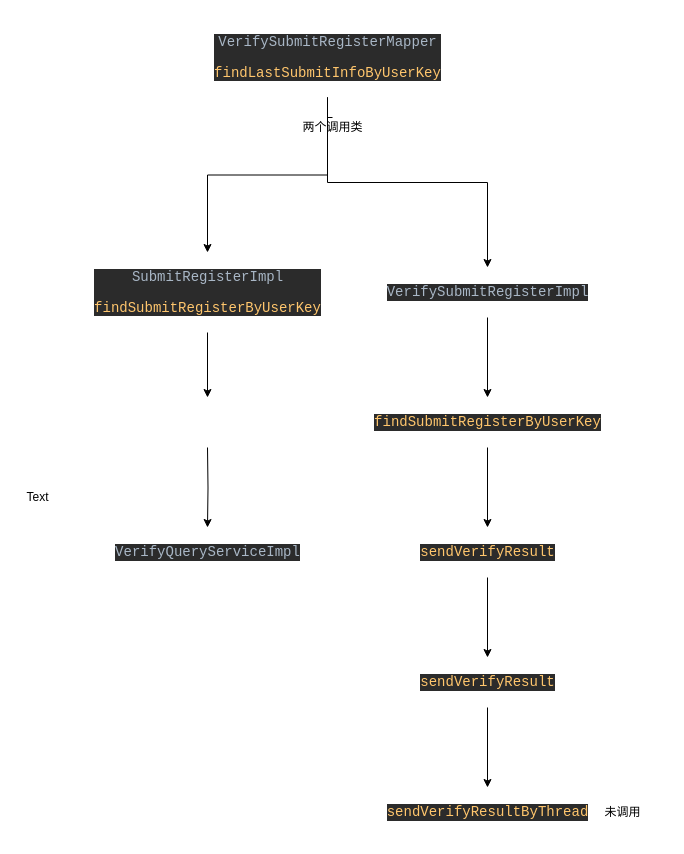
Earlier version of the draw.io diagram Untitled Diagram.drawio (bean1006/draw). Source tidied: cells renumbered, new cells numbered last; positions are measured from the earlier drawing's top-left corner, leaving out a move shared by most shapes. Both pictures are drawn from the tidied source at 100%, with x=0, y=0 at pixel (17, 17).
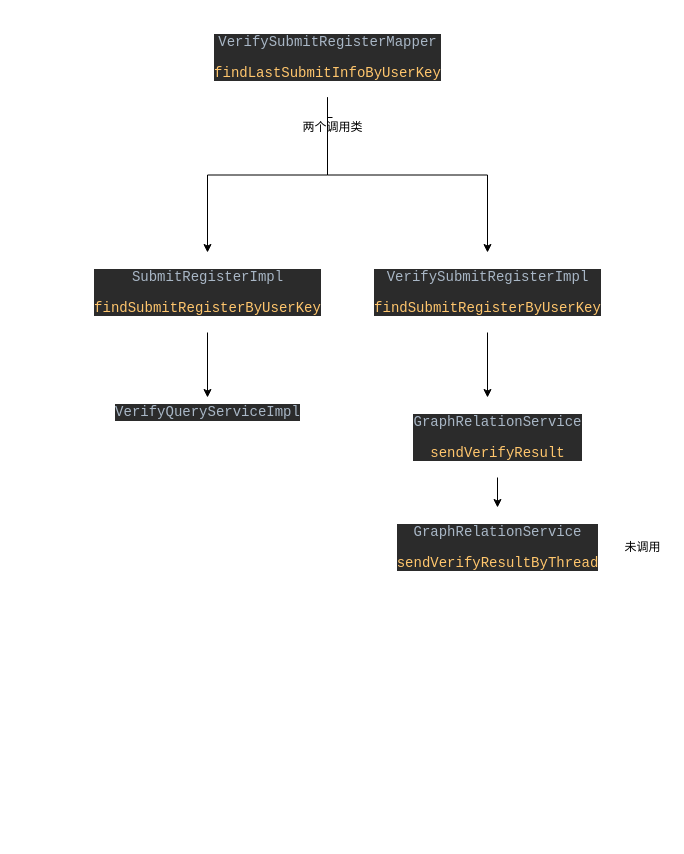
The same page after the edit.

Diff of the diagram source:
```diff
@@
-    <mxCell id="7" value="&lt;pre style=&quot;background-color: #2b2b2b ; color: #a9b7c6 ; font-family: &amp;#34;jetbrains mono&amp;#34; , monospace ; font-size: 10.5pt&quot;&gt;&lt;pre style=&quot;font-family: &amp;#34;jetbrains mono&amp;#34; , monospace ; font-size: 10.5pt&quot;&gt;VerifySubmitRegisterImpl&lt;/pre&gt;&lt;/pre&gt;" style="text;html=1;align=center;verticalAlign=middle;points=[];strokeColor=none;fillColor=none;" parent="1" vertex="1">
-      <mxGeometry x="360" y="250" width="220" height="50" as="geometry" />
+    <mxCell id="7" value="&lt;pre style=&quot;background-color: #2b2b2b ; color: #a9b7c6 ; font-family: &amp;#34;jetbrains mono&amp;#34; , monospace ; font-size: 10.5pt&quot;&gt;&lt;pre style=&quot;font-family: &amp;#34;jetbrains mono&amp;#34; , monospace ; font-size: 10.5pt&quot;&gt;VerifySubmitRegisterImpl&lt;/pre&gt;&lt;pre style=&quot;font-family: &amp;#34;jetbrains mono&amp;#34; , monospace ; font-size: 10.5pt&quot;&gt;&lt;pre style=&quot;font-family: &amp;#34;jetbrains mono&amp;#34; , monospace ; font-size: 10.5pt&quot;&gt;&lt;span style=&quot;color: #ffc66d&quot;&gt;findSubmitRegisterByUserKey&lt;/span&gt;&lt;/pre&gt;&lt;/pre&gt;&lt;/pre&gt;" style="text;html=1;align=center;verticalAlign=middle;points=[];strokeColor=none;fillColor=none;" parent="1" vertex="1">
+      <mxGeometry x="350" y="235" width="240" height="80" as="geometry" />
     </mxCell>
-    <mxCell id="8" style="edgeStyle=orthogonalEdgeStyle;rounded=0;jettySize=auto;html=1;" parent="1" edge="1" source="9" target="11">
-      <mxGeometry relative="1" as="geometry" />
-    </mxCell>
-    <mxCell id="9" value="&lt;pre style=&quot;background-color: #2b2b2b ; color: #a9b7c6 ; font-family: &amp;quot;jetbrains mono&amp;quot; , monospace ; font-size: 10.5pt&quot;&gt;&lt;span style=&quot;color: #ffc66d&quot;&gt;findSubmitRegisterByUserKey&lt;/span&gt;&lt;/pre&gt;" style="text;html=1;align=center;verticalAlign=middle;points=[];strokeColor=none;fillColor=none;" parent="1" vertex="1">
-      <mxGeometry x="350" y="380" width="240" height="50" as="geometry" />
+    <mxCell id="9" value="&lt;pre style=&quot;background-color: #2b2b2b ; color: #a9b7c6 ; font-family: &amp;#34;jetbrains mono&amp;#34; , monospace ; font-size: 10.5pt&quot;&gt;&lt;br&gt;&lt;/pre&gt;" style="text;html=1;align=center;verticalAlign=middle;points=[];strokeColor=none;fillColor=none;" parent="1" vertex="1">
+      <mxGeometry x="460" y="380" width="20" height="50" as="geometry" />
     </mxCell>
@@
-    <mxCell id="11" value="&lt;pre style=&quot;background-color: #2b2b2b ; color: #a9b7c6 ; font-family: &amp;#34;jetbrains mono&amp;#34; , monospace ; font-size: 10.5pt&quot;&gt;&lt;pre style=&quot;font-family: &amp;#34;jetbrains mono&amp;#34; , monospace ; font-size: 10.5pt&quot;&gt;&lt;span style=&quot;color: #ffc66d&quot;&gt;sendVerifyResult&lt;/span&gt;&lt;/pre&gt;&lt;/pre&gt;" style="text;html=1;align=center;verticalAlign=middle;points=[];strokeColor=none;fillColor=none;" parent="1" vertex="1">
-      <mxGeometry x="395" y="510" width="150" height="50" as="geometry" />
+    <mxCell id="11" value="&lt;pre style=&quot;background-color: #2b2b2b ; color: #a9b7c6 ; font-family: &amp;#34;jetbrains mono&amp;#34; , monospace ; font-size: 10.5pt&quot;&gt;&lt;pre style=&quot;font-family: &amp;#34;jetbrains mono&amp;#34; , monospace ; font-size: 10.5pt&quot;&gt;GraphRelationService&lt;/pre&gt;&lt;pre style=&quot;font-family: &amp;#34;jetbrains mono&amp;#34; , monospace ; font-size: 10.5pt&quot;&gt;&lt;span style=&quot;color: #ffc66d&quot;&gt;sendVerifyResult&lt;/span&gt;&lt;/pre&gt;&lt;/pre&gt;" style="text;html=1;align=center;verticalAlign=middle;points=[];strokeColor=none;fillColor=none;" parent="1" vertex="1">
+      <mxGeometry x="390" y="380" width="180" height="80" as="geometry" />
     </mxCell>
-    <mxCell id="12" style="edgeStyle=orthogonalEdgeStyle;rounded=0;jettySize=auto;html=1;" parent="1" edge="1" source="13" target="14">
-      <mxGeometry relative="1" as="geometry" />
-    </mxCell>
-    <mxCell id="13" value="&lt;pre style=&quot;background-color: #2b2b2b ; color: #a9b7c6 ; font-family: &amp;#34;jetbrains mono&amp;#34; , monospace ; font-size: 10.5pt&quot;&gt;&lt;pre style=&quot;font-family: &amp;#34;jetbrains mono&amp;#34; , monospace ; font-size: 10.5pt&quot;&gt;&lt;span style=&quot;color: #ffc66d&quot;&gt;sendVerifyResult&lt;/span&gt;&lt;/pre&gt;&lt;/pre&gt;" style="text;html=1;align=center;verticalAlign=middle;points=[];strokeColor=none;fillColor=none;" parent="1" vertex="1">
-      <mxGeometry x="395" y="640" width="150" height="50" as="geometry" />
+    <mxCell id="13" value="&lt;pre style=&quot;background-color: #2b2b2b ; color: #a9b7c6 ; font-family: &amp;#34;jetbrains mono&amp;#34; , monospace ; font-size: 10.5pt&quot;&gt;&lt;pre style=&quot;font-family: &amp;#34;jetbrains mono&amp;#34; , monospace ; font-size: 10.5pt&quot;&gt;&lt;pre style=&quot;font-family: &amp;#34;jetbrains mono&amp;#34; , monospace ; font-size: 10.5pt&quot;&gt;GraphRelationService&lt;/pre&gt;&lt;pre style=&quot;font-family: &amp;#34;jetbrains mono&amp;#34; , monospace ; font-size: 10.5pt&quot;&gt;&lt;span style=&quot;color: rgb(255 , 198 , 109)&quot;&gt;sendVerifyResultByThread&lt;/span&gt;&lt;/pre&gt;&lt;/pre&gt;&lt;/pre&gt;" style="text;html=1;align=center;verticalAlign=middle;points=[];strokeColor=none;fillColor=none;" parent="1" vertex="1">
+      <mxGeometry x="370" y="490" width="220" height="80" as="geometry" />
     </mxCell>
-    <mxCell id="14" value="&lt;pre style=&quot;background-color: #2b2b2b ; color: #a9b7c6 ; font-family: &amp;quot;jetbrains mono&amp;quot; , monospace ; font-size: 10.5pt&quot;&gt;&lt;span style=&quot;color: #ffc66d&quot;&gt;sendVerifyResultByThread&lt;/span&gt;&lt;/pre&gt;" style="text;html=1;align=center;verticalAlign=middle;points=[];strokeColor=none;fillColor=none;" parent="1" vertex="1">
-      <mxGeometry x="360" y="770" width="220" height="50" as="geometry" />
-    </mxCell>
     <mxCell id="15" value="未调用" style="text;html=1;align=center;verticalAlign=middle;strokeColor=none;fillColor=none;" parent="1" vertex="1">
-      <mxGeometry x="580" y="785" width="50" height="20" as="geometry" />
+      <mxGeometry x="600" y="520" width="50" height="20" as="geometry" />
     </mxCell>
-    <mxCell id="16" style="edgeStyle=orthogonalEdgeStyle;rounded=0;jettySize=auto;html=1;" parent="1" edge="1" target="18">
-      <mxGeometry relative="1" as="geometry">
-        <mxPoint x="190" y="430" as="sourcePoint" />
-      </mxGeometry>
-    </mxCell>
-    <mxCell id="17" value="Text" style="text;html=1;align=center;verticalAlign=middle;strokeColor=none;fillColor=none;" parent="1" vertex="1">
-      <mxGeometry y="470" width="40" height="20" as="geometry" />
-    </mxCell>
     <mxCell id="18" value="&lt;pre style=&quot;background-color: #2b2b2b ; color: #a9b7c6 ; font-family: &amp;#34;jetbrains mono&amp;#34; , monospace ; font-size: 10.5pt&quot;&gt;&lt;pre style=&quot;font-family: &amp;#34;jetbrains mono&amp;#34; , monospace ; font-size: 10.5pt&quot;&gt;&lt;pre style=&quot;font-family: &amp;#34;jetbrains mono&amp;#34; , monospace ; font-size: 10.5pt&quot;&gt;&lt;pre style=&quot;font-size: 10.5pt ; font-family: &amp;#34;jetbrains mono&amp;#34; , monospace&quot;&gt;&lt;pre style=&quot;font-family: &amp;#34;jetbrains mono&amp;#34; , monospace ; font-size: 10.5pt&quot;&gt;VerifyQueryServiceImpl&lt;/pre&gt;&lt;/pre&gt;&lt;/pre&gt;&lt;/pre&gt;&lt;/pre&gt;" style="text;html=1;align=center;verticalAlign=middle;points=[];strokeColor=none;fillColor=none;" parent="1" vertex="1">
-      <mxGeometry x="90" y="510" width="200" height="50" as="geometry" />
+      <mxGeometry x="90" y="370" width="200" height="50" as="geometry" />
     </mxCell>
```
